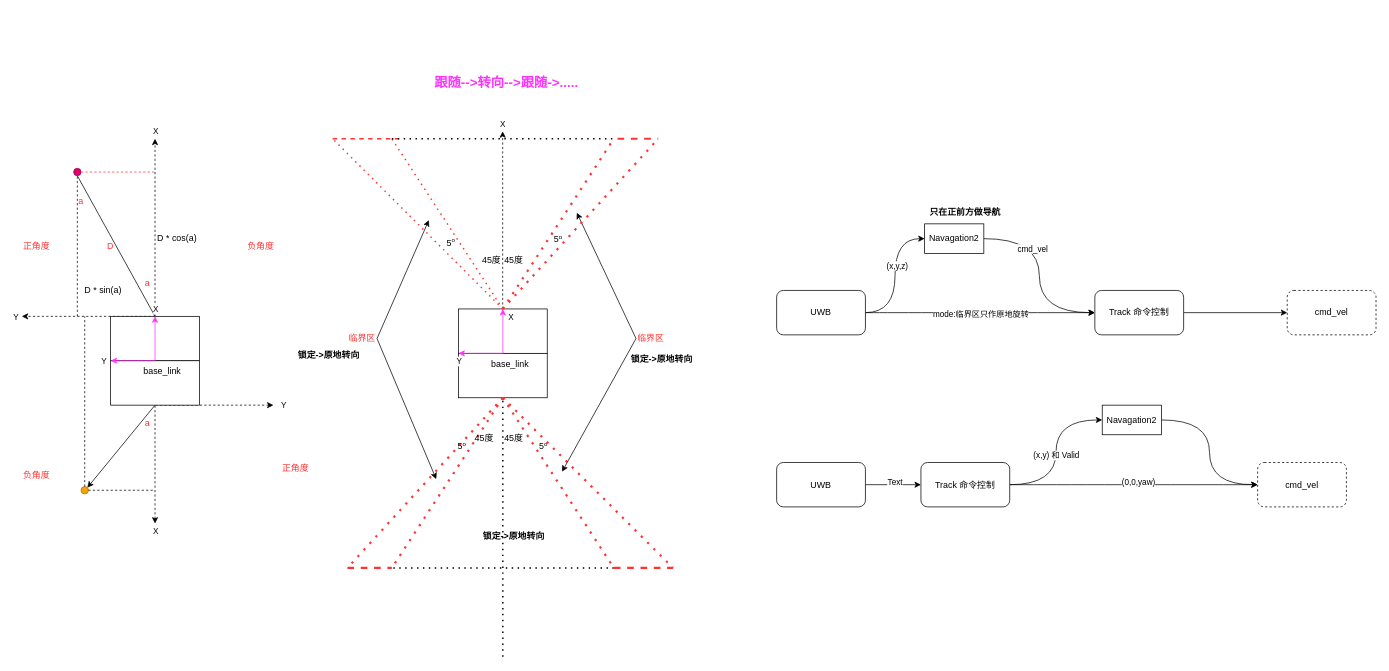
Above: WorkSpace/ObjectTrack/UWB.drawio in mailonghua/drawio (draw.io), before the change. Source tidied: cells renumbered, new cells numbered last; positions are measured from the earlier drawing's top-left corner, leaving out a move shared by most shapes. Both pictures are drawn from the tidied source at 74%, with x=0, y=0 at pixel (14, 72).
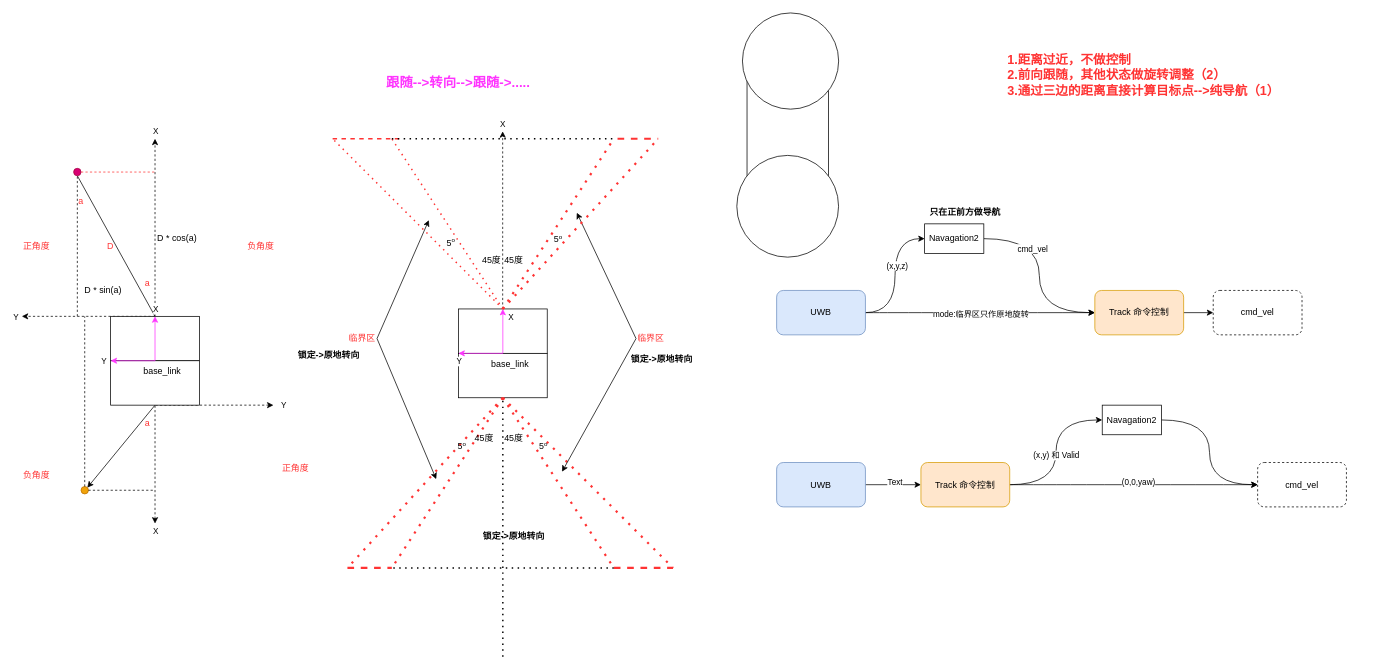
The same diagram, later.

Change to the diagram source:
```diff
@@
-    <mxCell id="70" value="Track 命令控制" style="rounded=1;whiteSpace=wrap;html=1;" parent="1" vertex="1">
+    <mxCell id="70" value="Track 命令控制" style="rounded=1;whiteSpace=wrap;html=1;fillColor=#ffe6cc;strokeColor=#d79b00;" parent="1" vertex="1">
       <mxGeometry x="1460" y="295" width="120" height="60" as="geometry" />
     </mxCell>
@@
-    <mxCell id="75" value="UWB" style="rounded=1;whiteSpace=wrap;html=1;" parent="1" vertex="1">
+    <mxCell id="75" value="UWB" style="rounded=1;whiteSpace=wrap;html=1;fillColor=#dae8fc;strokeColor=#6c8ebf;" parent="1" vertex="1">
       <mxGeometry x="1030" y="295" width="120" height="60" as="geometry" />
     </mxCell>
@@
     <mxCell id="92" value="跟随--&amp;gt;转向--&amp;gt;跟随-&amp;gt;....." style="text;html=1;whiteSpace=wrap;strokeColor=none;fillColor=none;align=center;verticalAlign=middle;rounded=0;fontSize=18;fontStyle=1;fontColor=#FF33FF;" parent="1" vertex="1">
-      <mxGeometry x="490" width="350" height="30" as="geometry" />
+      <mxGeometry x="490" width="220" height="30" as="geometry" />
     </mxCell>
@@
-    <mxCell id="98" value="UWB" style="rounded=1;whiteSpace=wrap;html=1;" parent="1" vertex="1">
+    <mxCell id="98" value="UWB" style="rounded=1;whiteSpace=wrap;html=1;fillColor=#dae8fc;strokeColor=#6c8ebf;" parent="1" vertex="1">
       <mxGeometry x="1030" y="527.5" width="120" height="60" as="geometry" />
     </mxCell>
@@
-    <mxCell id="103" value="Track 命令控制" style="rounded=1;whiteSpace=wrap;html=1;" parent="1" vertex="1">
+    <mxCell id="103" value="Track 命令控制" style="rounded=1;whiteSpace=wrap;html=1;fillColor=#ffe6cc;strokeColor=#d79b00;" parent="1" vertex="1">
       <mxGeometry x="1225" y="527.5" width="120" height="60" as="geometry" />
     </mxCell>
@@
     <mxCell id="107" value="cmd_vel" style="rounded=1;whiteSpace=wrap;html=1;dashed=1;" parent="1" vertex="1">
-      <mxGeometry x="1720" y="295" width="120" height="60" as="geometry" />
+      <mxGeometry x="1620" y="295" width="120" height="60" as="geometry" />
     </mxCell>
+    <mxCell id="108" value="1.距离过近，不做控制&lt;br&gt;2.前向跟随，其他状态做旋转调整（2）&lt;br&gt;3.通过三边的距离直接计算目标点--&amp;gt;纯导航（1）" style="text;html=1;whiteSpace=wrap;strokeColor=none;fillColor=none;align=left;verticalAlign=middle;rounded=0;fontStyle=1;fontColor=#FF3333;fontSize=17;" parent="1" vertex="1">
+      <mxGeometry x="1340" y="-20" width="425" height="50" as="geometry" />
+    </mxCell>
+    <mxCell id="109" style="rounded=0;whiteSpace=wrap;html=1;" parent="1" vertex="1">
+      <mxGeometry x="990" width="110" height="160" as="geometry" />
+    </mxCell>
+    <mxCell id="110" style="ellipse;whiteSpace=wrap;html=1;" parent="1" vertex="1">
+      <mxGeometry x="983.8" y="-80" width="130" height="130" as="geometry" />
+    </mxCell>
+    <mxCell id="111" style="ellipse;whiteSpace=wrap;html=1;" parent="1" vertex="1">
+      <mxGeometry x="976.2" y="112.5" width="137.5" height="137.5" as="geometry" />
+    </mxCell>
```
